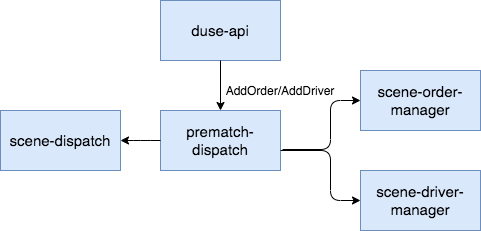
NIGHTFIGHTING/wiser keeps this draw.io diagram as Untitled Diagram.png. Above is the earlier version. Source tidied: cells renumbered, new cells last; positions are measured from the earlier drawing's top-left corner, leaving out a move shared by most shapes.
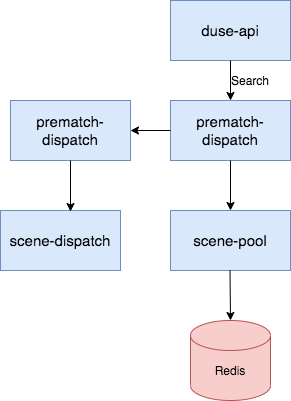
Above is the later version.

Diff of the diagram source:
```diff
@@ -3,44 +3,45 @@
     <mxCell id="0" />
     <mxCell id="1" parent="0" />
     <mxCell id="2" value="&lt;font style=&quot;font-size: 15px&quot;&gt;prematch-dispatch&lt;/font&gt;" style="rounded=0;whiteSpace=wrap;html=1;strokeColor=#6c8ebf;strokeWidth=1;fillColor=#dae8fc;" parent="1" vertex="1">
-      <mxGeometry x="160" y="110" width="120" height="60" as="geometry" />
+      <mxGeometry x="20" y="90" width="120" height="60" as="geometry" />
     </mxCell>
-    <mxCell id="3" value="&lt;font style=&quot;font-size: 15px&quot;&gt;scene-order-manager&lt;/font&gt;" style="rounded=0;whiteSpace=wrap;html=1;strokeColor=#6c8ebf;strokeWidth=1;fillColor=#dae8fc;" parent="1" vertex="1">
-      <mxGeometry x="360" y="70" width="120" height="60" as="geometry" />
-    </mxCell>
-    <mxCell id="4" value="&lt;font style=&quot;font-size: 15px&quot;&gt;scene-driver-manager&lt;/font&gt;" style="rounded=0;whiteSpace=wrap;html=1;strokeColor=#6c8ebf;strokeWidth=1;fillColor=#dae8fc;" parent="1" vertex="1">
-      <mxGeometry x="360" y="170" width="120" height="60" as="geometry" />
-    </mxCell>
     <mxCell id="5" value="&lt;font style=&quot;font-size: 15px&quot;&gt;scene-dispatch&lt;/font&gt;" style="rounded=0;whiteSpace=wrap;html=1;strokeColor=#6c8ebf;strokeWidth=1;fillColor=#dae8fc;" parent="1" vertex="1">
-      <mxGeometry y="110" width="120" height="60" as="geometry" />
+      <mxGeometry x="10" y="200" width="120" height="60" as="geometry" />
     </mxCell>
-    <mxCell id="6" style="edgeStyle=elbowEdgeStyle;elbow=horizontal;endArrow=classic;html=1;exitX=1.017;exitY=0.65;exitDx=0;exitDy=0;exitPerimeter=0;entryX=0;entryY=0.5;entryDx=0;entryDy=0;" parent="1" edge="1" source="2" target="3">
-      <mxGeometry relative="1" as="geometry">
-        <Array as="points">
-          <mxPoint x="330" y="140" />
-          <mxPoint x="310" y="140" />
-        </Array>
-      </mxGeometry>
-    </mxCell>
-    <mxCell id="7" style="edgeStyle=elbowEdgeStyle;elbow=horizontal;endArrow=classic;html=1;entryX=0;entryY=0.5;entryDx=0;entryDy=0;" parent="1" edge="1" target="4">
-      <mxGeometry relative="1" as="geometry">
-        <mxPoint x="280" y="150" as="sourcePoint" />
-        <Array as="points">
-          <mxPoint x="330" y="180" />
-        </Array>
-      </mxGeometry>
-    </mxCell>
-    <mxCell id="8" style="edgeStyle=elbowEdgeStyle;elbow=horizontal;endArrow=classic;html=1;entryX=1;entryY=0.5;entryDx=0;entryDy=0;exitX=0;exitY=0.5;exitDx=0;exitDy=0;" parent="1" edge="1" source="2" target="5">
+    <mxCell id="8" style="edgeStyle=elbowEdgeStyle;elbow=horizontal;endArrow=classic;html=1;entryX=0.583;entryY=0.017;entryDx=0;entryDy=0;exitX=0.5;exitY=1;exitDx=0;exitDy=0;entryPerimeter=0;" parent="1" edge="1" source="2" target="5">
       <mxGeometry relative="1" as="geometry" />
     </mxCell>
     <mxCell id="9" value="&lt;font style=&quot;font-size: 15px&quot;&gt;duse-api&lt;/font&gt;" style="rounded=0;whiteSpace=wrap;html=1;strokeColor=#6c8ebf;strokeWidth=1;fillColor=#dae8fc;" parent="1" vertex="1">
-      <mxGeometry x="160" width="120" height="60" as="geometry" />
+      <mxGeometry x="180" y="-10" width="120" height="60" as="geometry" />
     </mxCell>
-    <mxCell id="10" style="endArrow=classic;html=1;entryX=0.5;entryY=0;entryDx=0;entryDy=0;" parent="1" edge="1" source="9" target="2">
+    <mxCell id="10" style="endArrow=classic;html=1;entryX=0.5;entryY=0;entryDx=0;entryDy=0;" parent="1" edge="1" source="9" target="13">
       <mxGeometry relative="1" as="geometry" />
     </mxCell>
-    <mxCell id="11" value="AddOrder/AddDriver" style="text;html=1;strokeColor=none;fillColor=none;align=center;verticalAlign=middle;whiteSpace=wrap;rounded=0;" parent="1" vertex="1">
-      <mxGeometry x="260" y="80" width="40" height="20" as="geometry" />
-    </mxCell>
+    <mxCell id="12" value="&lt;font style=&quot;font-size: 15px&quot;&gt;scene-pool&lt;/font&gt;" style="rounded=0;whiteSpace=wrap;html=1;strokeColor=#6c8ebf;strokeWidth=1;fillColor=#dae8fc;" parent="1" vertex="1">
+      <mxGeometry x="180" y="200" width="120" height="60" as="geometry" />
+    </mxCell>
+    <mxCell id="13" value="&lt;font style=&quot;font-size: 15px&quot;&gt;prematch-dispatch&lt;/font&gt;" style="rounded=0;whiteSpace=wrap;html=1;strokeColor=#6c8ebf;strokeWidth=1;fillColor=#dae8fc;" parent="1" vertex="1">
+      <mxGeometry x="180" y="90" width="120" height="60" as="geometry" />
+    </mxCell>
+    <mxCell id="14" style="endArrow=classic;html=1;entryX=1;entryY=0.5;entryDx=0;entryDy=0;" parent="1" edge="1" source="13" target="2">
+      <mxGeometry relative="1" as="geometry" />
+    </mxCell>
+    <mxCell id="15" style="endArrow=classic;html=1;exitX=0.5;exitY=1;exitDx=0;exitDy=0;entryX=0.5;entryY=0;entryDx=0;entryDy=0;" parent="1" edge="1" source="13" target="12">
+      <mxGeometry relative="1" as="geometry" />
+    </mxCell>
+    <mxCell id="16" style="shape=cylinder3;whiteSpace=wrap;html=1;boundedLbl=1;backgroundOutline=1;size=15;strokeColor=#b85450;strokeWidth=1;fillColor=#f8cecc;" parent="1" vertex="1">
+      <mxGeometry x="200" y="310" width="80" height="80" as="geometry" />
+    </mxCell>
+    <mxCell id="17" value="Redis" style="text;html=1;strokeColor=none;fillColor=none;align=center;verticalAlign=middle;whiteSpace=wrap;rounded=0;" parent="1" vertex="1">
+      <mxGeometry x="220" y="350" width="40" height="20" as="geometry" />
+    </mxCell>
+    <mxCell id="18" style="endArrow=classic;html=1;exitX=0.5;exitY=1;exitDx=0;exitDy=0;entryX=0.5;entryY=0;entryDx=0;entryDy=0;entryPerimeter=0;" parent="1" edge="1" target="16">
+      <mxGeometry relative="1" as="geometry">
+        <mxPoint x="239.5" y="260" as="sourcePoint" />
+      </mxGeometry>
+    </mxCell>
+    <mxCell id="19" value="Search" style="text;html=1;strokeColor=none;fillColor=none;align=center;verticalAlign=middle;whiteSpace=wrap;rounded=0;" parent="1" vertex="1">
+      <mxGeometry x="240" y="60" width="40" height="20" as="geometry" />
+    </mxCell>
   </root>
 </mxGraphModel>
```
